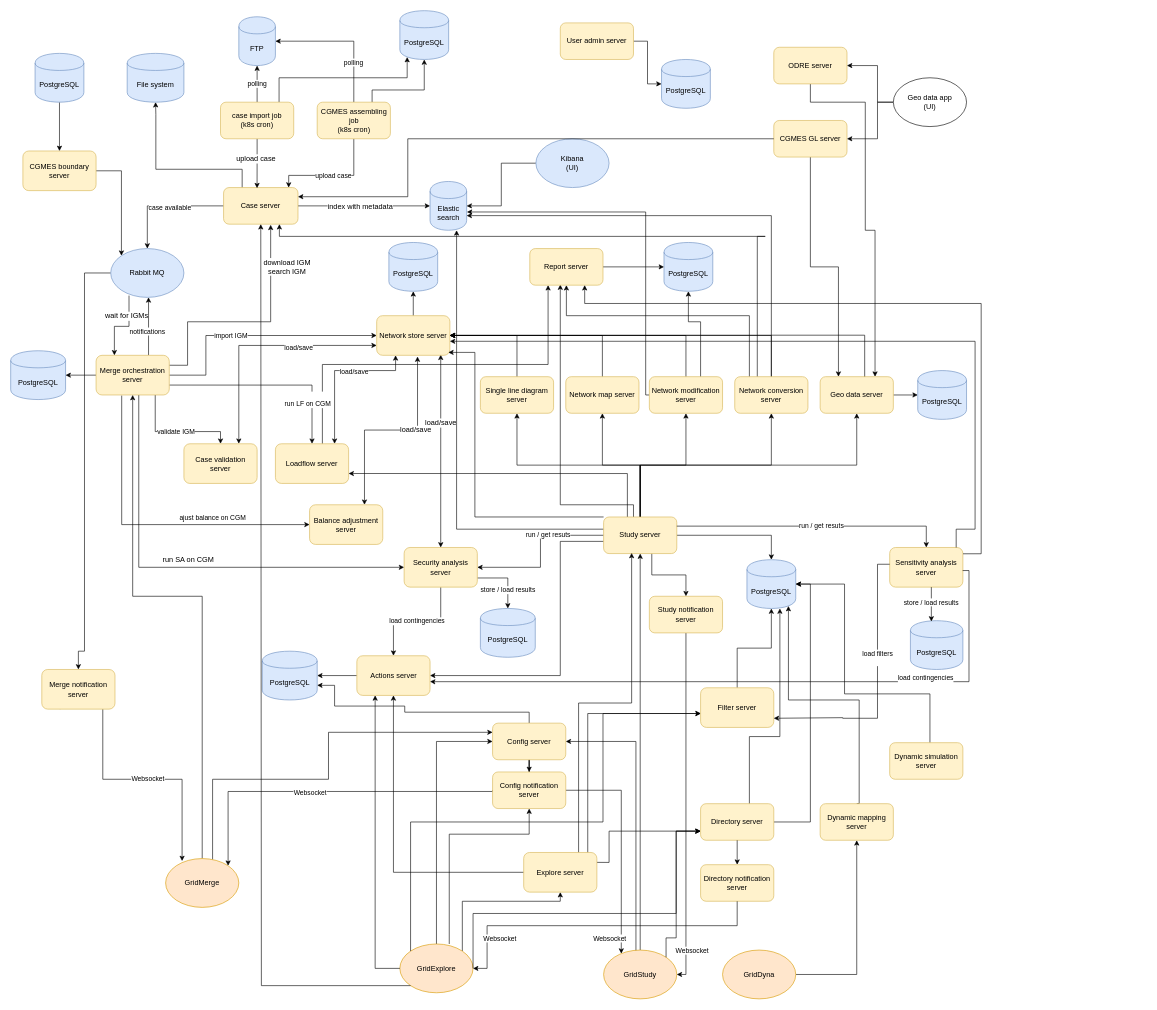
The draw.io diagram diagrams/gridsuite_architecture.drawio in gridsuite/documentation, before the edit. Source tidied: cells renumbered, new cells numbered last; positions are measured from the earlier drawing's top-left corner, leaving out a move shared by most shapes. Both pictures are drawn from the tidied source at 61%, with x=0, y=0 at pixel (10, 10).
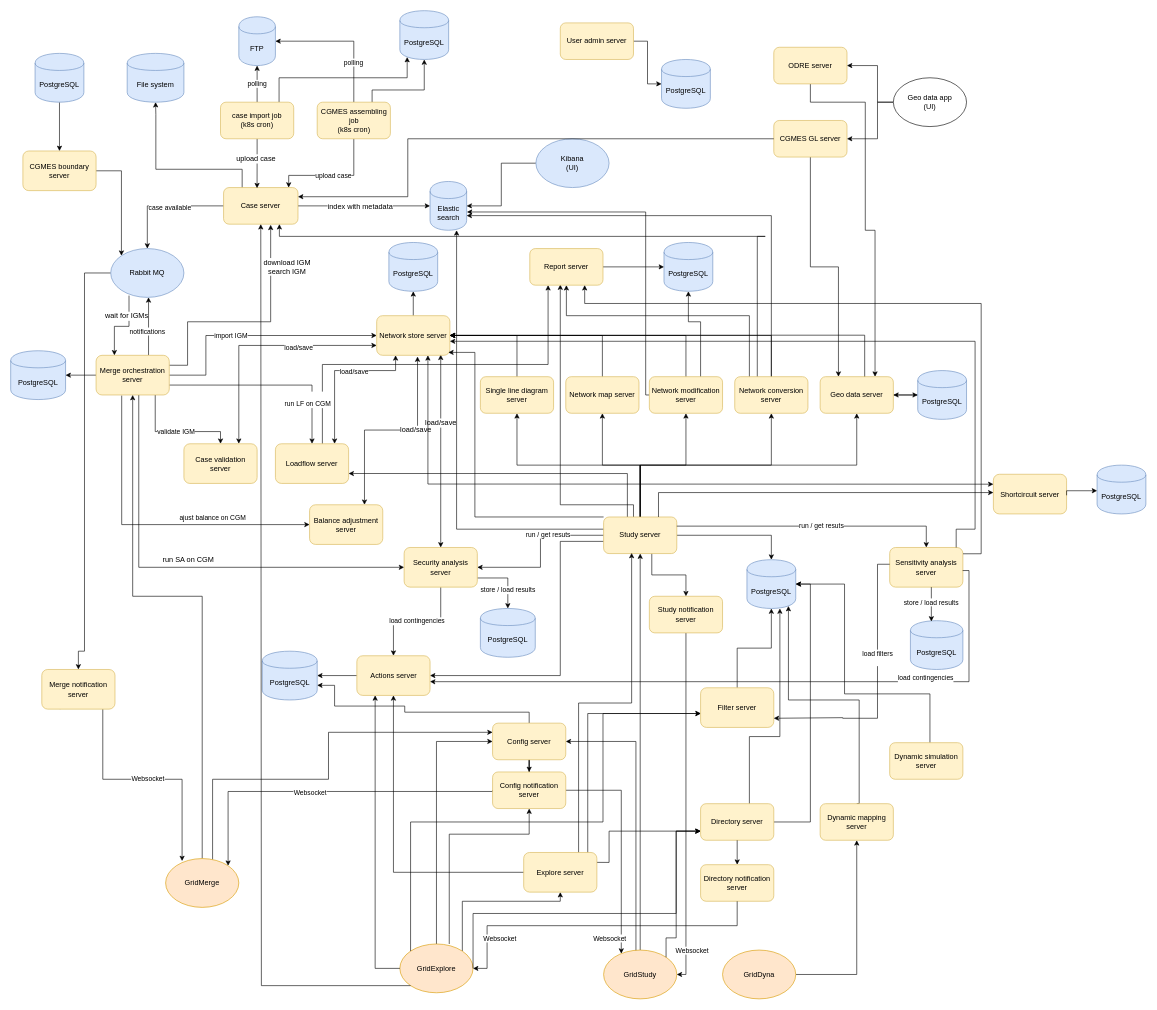
After the change.

Commit message (it also covers changes not shown here):
Shortcircuit server documentation

Unchanged cells that the change refers to:
```xml
<mxCell id="34" value="Network store server" style="rounded=1;whiteSpace=wrap;html=1;fillColor=#fff2cc;strokeColor=#d6b656;" parent="1" vertex="1">
  <mxGeometry x="600" y="500" width="120" height="65" as="geometry" />
</mxCell>
<mxCell id="76" value="Study server" style="rounded=1;whiteSpace=wrap;html=1;fillColor=#fff2cc;strokeColor=#d6b656;" parent="1" vertex="1">
  <mxGeometry x="972" y="830" width="120" height="60" as="geometry" />
</mxCell>
<mxCell id="92" value="Geo data server" style="rounded=1;whiteSpace=wrap;html=1;fillColor=#fff2cc;strokeColor=#d6b656;" parent="1" vertex="1">
  <mxGeometry x="1327" y="600" width="120" height="60" as="geometry" />
</mxCell>
<mxCell id="93" value="PostgreSQL" style="shape=cylinder;whiteSpace=wrap;html=1;boundedLbl=1;backgroundOutline=1;fillColor=#dae8fc;strokeColor=#6c8ebf;" parent="1" vertex="1">
  <mxGeometry x="1487" y="590" width="80" height="80" as="geometry" />
</mxCell>
```

Change to the diagram source:
```diff
@@
+    <mxCell id="174" style="edgeStyle=orthogonalEdgeStyle;rounded=0;jettySize=auto;html=1;" parent="1" edge="1" source="93" target="92">
+      <mxGeometry relative="1" as="geometry" />
+    </mxCell>
@@
+    <mxCell id="175" value="Shortcircuit server" style="rounded=1;whiteSpace=wrap;html=1;fillColor=#fff2cc;strokeColor=#d6b656;" parent="1" vertex="1">
+      <mxGeometry x="1611" y="760" width="120" height="65" as="geometry" />
+    </mxCell>
+    <mxCell id="176" value="PostgreSQL" style="shape=cylinder;whiteSpace=wrap;html=1;boundedLbl=1;backgroundOutline=1;fillColor=#dae8fc;strokeColor=#6c8ebf;" parent="1" vertex="1">
+      <mxGeometry x="1781" y="745" width="80" height="80" as="geometry" />
+    </mxCell>
+    <mxCell id="177" style="edgeStyle=orthogonalEdgeStyle;rounded=0;orthogonalLoop=1;jettySize=auto;html=1;exitX=1;exitY=0.5;exitDx=0;exitDy=0;entryX=0;entryY=0.5;entryDx=0;entryDy=0;" parent="1" edge="1">
+      <mxGeometry relative="1" as="geometry">
+        <mxPoint x="1731" y="794.5" as="sourcePoint" />
+        <mxPoint x="1781" y="787" as="targetPoint" />
+        <Array as="points">
+          <mxPoint x="1731" y="787" />
+        </Array>
+      </mxGeometry>
+    </mxCell>
+    <mxCell id="178" style="edgeStyle=orthogonalEdgeStyle;rounded=0;jettySize=auto;html=1;exitX=0.75;exitY=0;exitDx=0;exitDy=0;" parent="1" edge="1" source="76" target="175">
+      <mxGeometry relative="1" as="geometry">
+        <Array as="points">
+          <mxPoint x="1062" y="790" />
+        </Array>
+      </mxGeometry>
+    </mxCell>
+    <mxCell id="179" style="endArrow=classic;startArrow=classic;html=1;rounded=0;exitX=0;exitY=0.25;exitDx=0;exitDy=0;entryX=0.7;entryY=1;entryDx=0;entryDy=0;entryPerimeter=0;" parent="1" edge="1" source="175" target="34">
+      <mxGeometry relative="1" as="geometry">
+        <Array as="points">
+          <mxPoint x="684" y="776" />
+        </Array>
+      </mxGeometry>
+    </mxCell>
```
